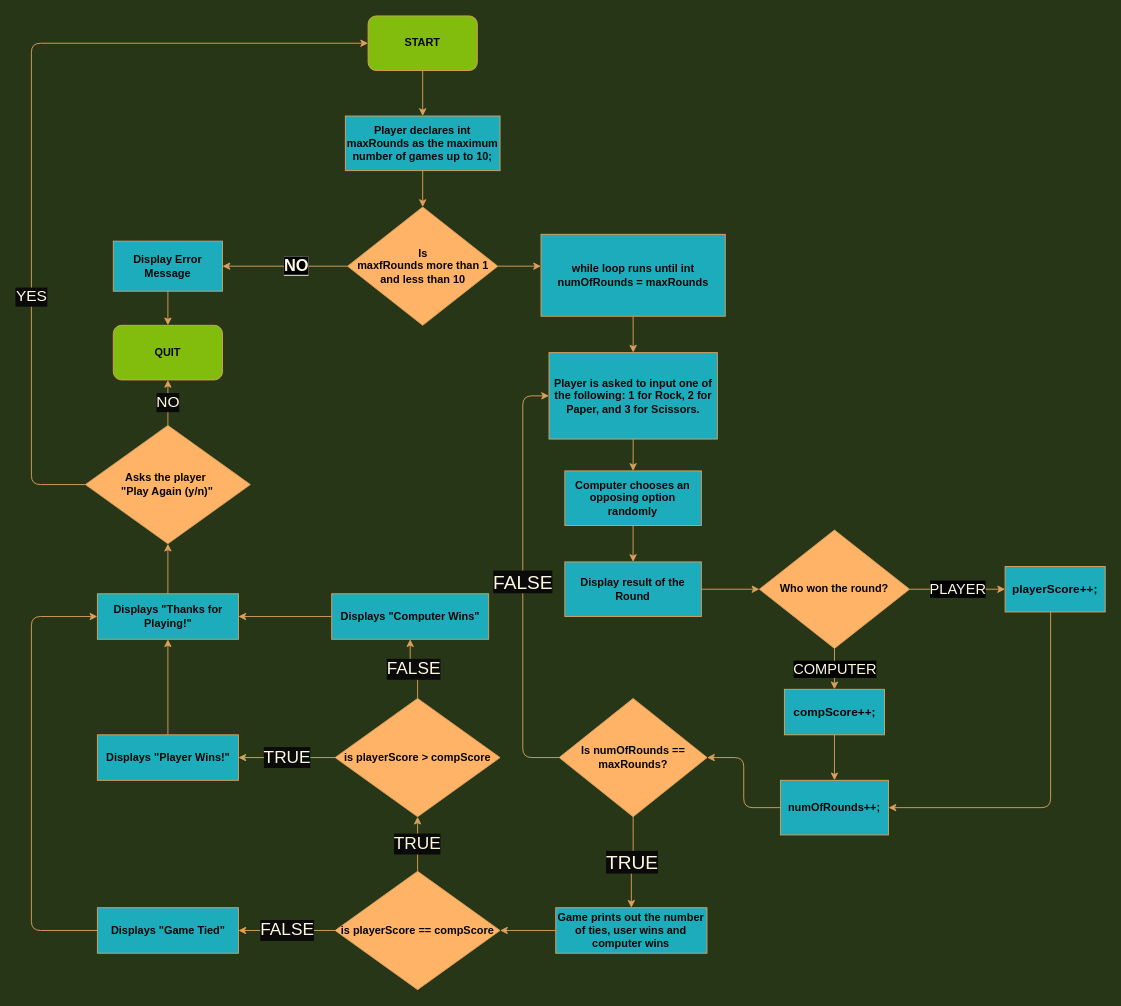
This is Assessments/Basic Programming Concepts/Rock, Paper Scissors/Flowchart.drawio from The-Software-Guild/classwork-SR1414, a draw.io file, before an edit. Source tidied: cells renumbered, new cells numbered last; positions are measured from the earlier drawing's top-left corner, leaving out a move shared by most shapes. Both pictures are drawn from the tidied source at 91%, with x=0, y=0 at pixel (31, 15).
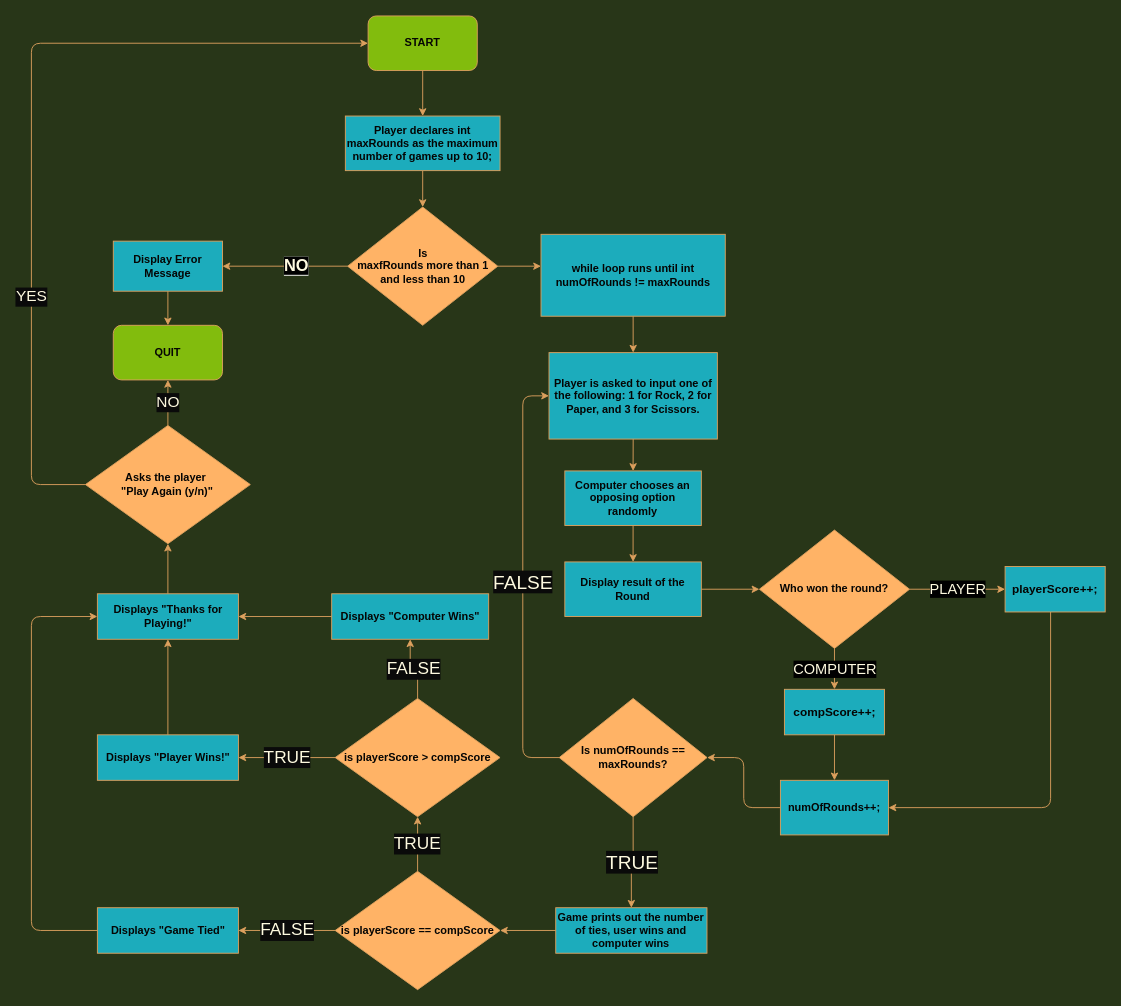
The same page after the edit.

Commit message (it also covers changes not shown here):
Basic Programming Concepts Assessments

Change to the diagram source:
```diff
@@
-    <mxCell id="21" value="while loop runs until int numOfRounds = maxRounds" style="rounded=0;whiteSpace=wrap;html=1;sketch=0;fontColor=#050504;strokeColor=#DDA15E;fillColor=#1CACBC;fontStyle=1;" parent="1" vertex="1">
+    <mxCell id="21" value="while loop runs until int numOfRounds != maxRounds" style="rounded=0;whiteSpace=wrap;html=1;sketch=0;fontColor=#050504;strokeColor=#DDA15E;fillColor=#1CACBC;fontStyle=1;" parent="1" vertex="1">
       <mxGeometry x="560" y="240" width="202.5" height="90" as="geometry" />
     </mxCell>
```
